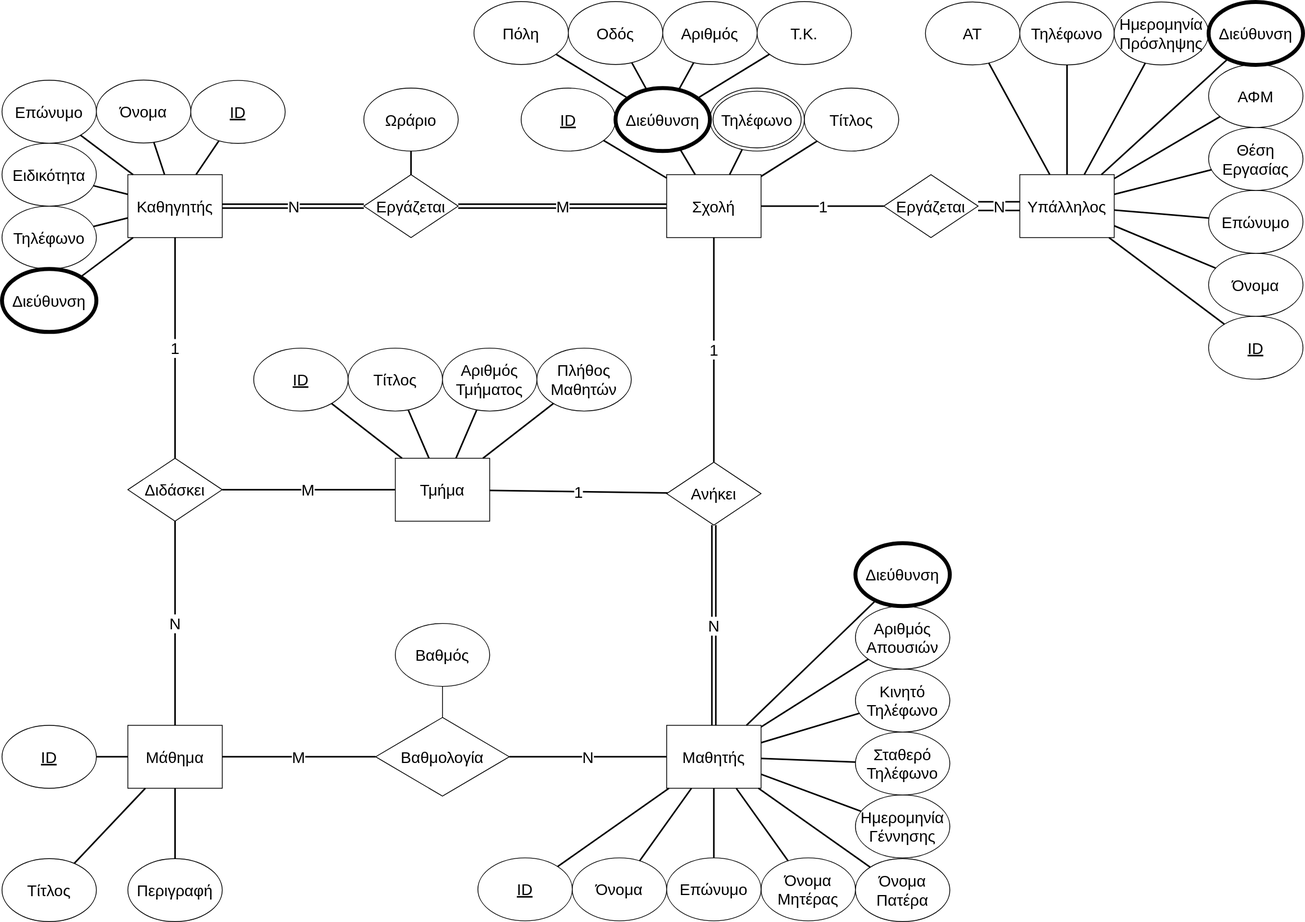
Before: Database Diagram.drawio.svg, a diagram exported from draw.io (kyrtsouv/DB-Project). Source tidied: cells renumbered, new cells last; positions are measured from the earlier drawing's top-left corner, leaving out a move shared by most shapes.
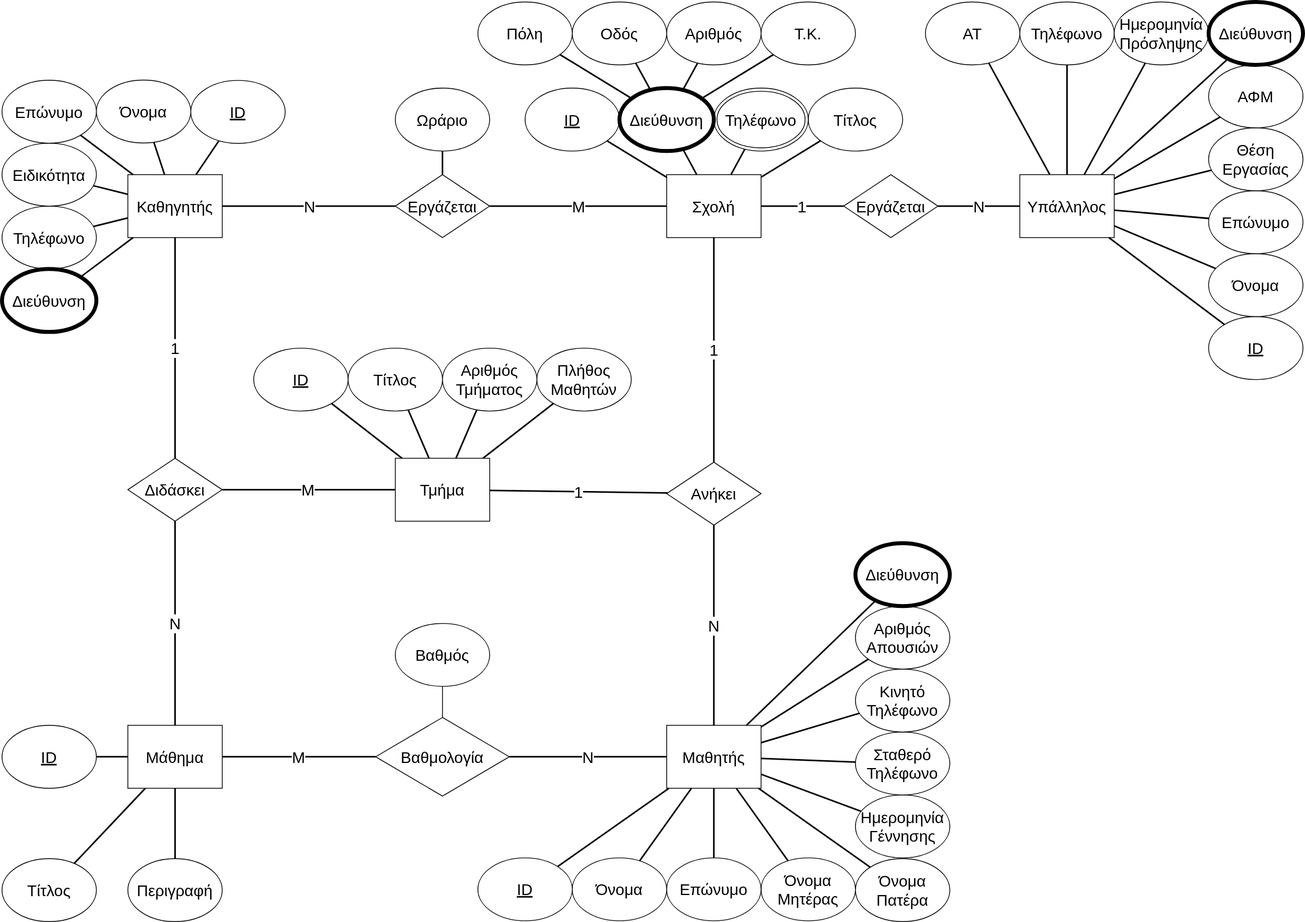
After the commit.

Diff of the diagram source:
```diff
@@ -8,7 +8,7 @@
     <mxCell id="3" value="1" style="edgeStyle=none;shape=connector;rounded=0;jettySize=auto;html=1;labelBackgroundColor=default;strokeColor=default;align=center;verticalAlign=middle;fontFamily=Helvetica;fontSize=20;fontColor=default;endArrow=none;endFill=0;strokeWidth=2;labelBorderColor=none;" parent="1" edge="1" source="5" target="106">
       <mxGeometry relative="1" as="geometry" />
     </mxCell>
-    <mxCell id="4" value="M" style="edgeStyle=none;shape=link;rounded=0;jettySize=auto;html=1;labelBackgroundColor=default;strokeColor=default;align=center;verticalAlign=middle;fontFamily=Helvetica;fontSize=20;fontColor=default;endArrow=none;endFill=0;strokeWidth=2;labelBorderColor=none;" parent="1" edge="1" source="5" target="108">
+    <mxCell id="4" value="M" style="edgeStyle=none;rounded=0;jettySize=auto;html=1;labelBackgroundColor=default;strokeColor=default;align=center;verticalAlign=middle;fontFamily=Helvetica;fontSize=20;fontColor=default;endArrow=none;endFill=0;strokeWidth=2;labelBorderColor=none;" parent="1" edge="1" source="5" target="108">
       <mxGeometry relative="1" as="geometry" />
     </mxCell>
     <mxCell id="5" value="Σχολή" style="rounded=0;whiteSpace=wrap;html=1;fontSize=20;strokeColor=default;labelBorderColor=none;" parent="1" vertex="1">
@@ -18,28 +18,28 @@
       <mxGeometry relative="1" as="geometry" />
     </mxCell>
     <mxCell id="7" value="ID" style="ellipse;whiteSpace=wrap;html=1;fontStyle=4;fontSize=20;strokeColor=default;labelBorderColor=none;" parent="1" vertex="1">
-      <mxGeometry x="660" y="109.5" width="120" height="80" as="geometry" />
+      <mxGeometry x="665" y="109.5" width="120" height="80" as="geometry" />
     </mxCell>
     <mxCell id="8" value="Τίτλος" style="ellipse;whiteSpace=wrap;html=1;fontSize=20;strokeColor=default;labelBorderColor=none;" parent="1" vertex="1">
-      <mxGeometry x="1020" y="109.5" width="120" height="80" as="geometry" />
+      <mxGeometry x="1025" y="109.5" width="120" height="80" as="geometry" />
     </mxCell>
-    <mxCell id="9" value="N" style="edgeStyle=none;shape=link;jettySize=auto;html=1;labelBackgroundColor=default;strokeColor=default;align=center;verticalAlign=middle;fontFamily=Helvetica;fontSize=20;fontColor=default;endArrow=none;endFill=0;jumpStyle=none;rounded=0;strokeWidth=2;width=10;labelBorderColor=none;" parent="1" edge="1" source="106" target="10">
+    <mxCell id="9" value="N" style="edgeStyle=none;jettySize=auto;html=1;labelBackgroundColor=default;strokeColor=default;align=center;verticalAlign=middle;fontFamily=Helvetica;fontSize=20;fontColor=default;endArrow=none;endFill=0;jumpStyle=none;rounded=0;strokeWidth=2;labelBorderColor=none;" parent="1" edge="1" source="106" target="10">
       <mxGeometry relative="1" as="geometry" />
     </mxCell>
     <mxCell id="10" value="Υπάλληλος" style="whiteSpace=wrap;html=1;fontFamily=Helvetica;fontSize=20;fontColor=default;strokeColor=default;labelBorderColor=none;" parent="1" vertex="1">
       <mxGeometry x="1294" y="219.5" width="120" height="80" as="geometry" />
     </mxCell>
     <mxCell id="11" value="ID" style="ellipse;whiteSpace=wrap;html=1;fontFamily=Helvetica;fontSize=20;fontColor=default;flipV=0;flipH=1;direction=east;fontStyle=4;labelPosition=center;verticalLabelPosition=middle;align=center;verticalAlign=middle;strokeColor=default;labelBorderColor=none;" parent="1" vertex="1">
-      <mxGeometry x="1534" y="399.5" width="120" height="80" as="geometry" />
+      <mxGeometry x="1534" y="400" width="120" height="80" as="geometry" />
     </mxCell>
     <mxCell id="12" value="Όνομα" style="ellipse;whiteSpace=wrap;html=1;fontFamily=Helvetica;fontSize=20;fontColor=default;flipV=0;flipH=1;direction=east;labelPosition=center;verticalLabelPosition=middle;align=center;verticalAlign=middle;strokeColor=default;labelBorderColor=none;" parent="1" vertex="1">
-      <mxGeometry x="1534" y="319.5" width="120" height="80" as="geometry" />
+      <mxGeometry x="1534" y="320" width="120" height="80" as="geometry" />
     </mxCell>
     <mxCell id="13" value="Επώνυμο" style="ellipse;whiteSpace=wrap;html=1;fontFamily=Helvetica;fontSize=20;fontColor=default;flipV=0;flipH=1;direction=east;labelPosition=center;verticalLabelPosition=middle;align=center;verticalAlign=middle;strokeColor=default;labelBorderColor=none;" parent="1" vertex="1">
-      <mxGeometry x="1534" y="239.5" width="120" height="80" as="geometry" />
+      <mxGeometry x="1534" y="240" width="120" height="80" as="geometry" />
     </mxCell>
     <mxCell id="14" value="Θέση&lt;br style=&quot;font-size: 20px;&quot;&gt;Εργασίας" style="ellipse;whiteSpace=wrap;html=1;fontFamily=Helvetica;fontSize=20;fontColor=default;flipV=0;flipH=1;direction=east;labelPosition=center;verticalLabelPosition=middle;align=center;verticalAlign=middle;strokeColor=default;labelBorderColor=none;" parent="1" vertex="1">
-      <mxGeometry x="1534" y="159.5" width="120" height="80" as="geometry" />
+      <mxGeometry x="1534" y="160" width="120" height="80" as="geometry" />
     </mxCell>
     <mxCell id="15" value="Τηλέφωνο" style="ellipse;whiteSpace=wrap;html=1;strokeColor=default;align=center;verticalAlign=middle;fontFamily=Helvetica;fontSize=20;fontColor=default;fillColor=default;flipV=0;flipH=1;direction=east;labelPosition=center;verticalLabelPosition=middle;labelBorderColor=none;" parent="1" vertex="1">
       <mxGeometry x="1294" width="120" height="80" as="geometry" />
@@ -47,13 +47,13 @@
     <mxCell id="16" value="Ημερομηνία&lt;br style=&quot;font-size: 20px;&quot;&gt;Πρόσληψης" style="ellipse;whiteSpace=wrap;html=1;strokeColor=default;align=center;verticalAlign=middle;fontFamily=Helvetica;fontSize=20;fontColor=default;fillColor=default;flipV=0;flipH=1;direction=east;labelPosition=center;verticalLabelPosition=middle;labelBorderColor=none;" parent="1" vertex="1">
       <mxGeometry x="1414" width="120" height="80" as="geometry" />
     </mxCell>
-    <mxCell id="17" value="N" style="edgeStyle=none;shape=link;rounded=0;jettySize=auto;html=1;labelBackgroundColor=default;strokeColor=default;align=center;verticalAlign=middle;fontFamily=Helvetica;fontSize=20;fontColor=default;endArrow=none;endFill=0;strokeWidth=2;labelBorderColor=none;" parent="1" edge="1" source="18" target="108">
+    <mxCell id="17" value="N" style="edgeStyle=none;rounded=0;jettySize=auto;html=1;labelBackgroundColor=default;strokeColor=default;align=center;verticalAlign=middle;fontFamily=Helvetica;fontSize=20;fontColor=default;endArrow=none;endFill=0;strokeWidth=2;labelBorderColor=none;" parent="1" edge="1" source="18" target="108">
       <mxGeometry relative="1" as="geometry" />
     </mxCell>
     <mxCell id="18" value="Καθηγητής" style="whiteSpace=wrap;html=1;fontFamily=Helvetica;fontSize=20;fontColor=default;strokeColor=default;labelBorderColor=none;" parent="1" vertex="1">
       <mxGeometry x="160" y="219.5" width="120" height="80" as="geometry" />
     </mxCell>
-    <mxCell id="19" value="N" style="edgeStyle=none;shape=link;rounded=0;jettySize=auto;html=1;labelBackgroundColor=default;strokeColor=default;align=center;verticalAlign=middle;fontFamily=Helvetica;fontSize=20;fontColor=default;endArrow=none;endFill=0;strokeWidth=2;labelBorderColor=none;" parent="1" edge="1" source="20" target="105">
+    <mxCell id="19" value="N" style="edgeStyle=none;rounded=0;jettySize=auto;html=1;labelBackgroundColor=default;strokeColor=default;align=center;verticalAlign=middle;fontFamily=Helvetica;fontSize=20;fontColor=default;endArrow=none;endFill=0;strokeWidth=2;labelBorderColor=none;" parent="1" edge="1" source="20" target="105">
       <mxGeometry relative="1" as="geometry" />
     </mxCell>
     <mxCell id="20" value="Μαθητής" style="whiteSpace=wrap;html=1;strokeColor=default;align=center;verticalAlign=middle;fontFamily=Helvetica;fontSize=20;fontColor=default;fillColor=default;labelBorderColor=none;" parent="1" vertex="1">
@@ -87,7 +87,7 @@
       <mxGeometry x="1085" y="768" width="120" height="80" as="geometry" />
     </mxCell>
     <mxCell id="30" value="ΑΦΜ" style="ellipse;whiteSpace=wrap;html=1;strokeColor=default;align=center;verticalAlign=middle;fontFamily=Helvetica;fontSize=20;fontColor=default;fillColor=default;flipV=0;flipH=1;direction=east;labelPosition=center;verticalLabelPosition=middle;labelBorderColor=none;" parent="1" vertex="1">
-      <mxGeometry x="1534" y="79.5" width="120" height="80" as="geometry" />
+      <mxGeometry x="1534" y="80" width="120" height="80" as="geometry" />
     </mxCell>
     <mxCell id="31" value="ΑΤ" style="ellipse;whiteSpace=wrap;html=1;strokeColor=default;align=center;verticalAlign=middle;fontFamily=Helvetica;fontSize=20;fontColor=default;fillColor=default;flipV=0;flipH=1;direction=east;labelPosition=center;verticalLabelPosition=middle;labelBorderColor=none;" parent="1" vertex="1">
       <mxGeometry x="1174" width="120" height="80" as="geometry" />
@@ -135,7 +135,7 @@
       <mxGeometry relative="1" as="geometry" />
     </mxCell>
     <mxCell id="46" value="Τηλέφωνο" style="ellipse;shape=doubleEllipse;whiteSpace=wrap;html=1;fontSize=20;strokeColor=default;labelBorderColor=none;" parent="1" vertex="1">
-      <mxGeometry x="900" y="109.5" width="120" height="80" as="geometry" />
+      <mxGeometry x="905" y="109.5" width="120" height="80" as="geometry" />
     </mxCell>
     <mxCell id="47" style="edgeStyle=none;jettySize=auto;html=1;rounded=0;labelBackgroundColor=default;strokeColor=default;align=center;verticalAlign=middle;fontFamily=Helvetica;fontSize=20;fontColor=default;endArrow=none;endFill=0;shape=connector;strokeWidth=2;labelBorderColor=none;" parent="1" edge="1" source="11" target="10">
       <mxGeometry relative="1" as="geometry" />
@@ -258,19 +258,19 @@
       <mxGeometry x="1085" y="688" width="120" height="80" as="geometry" />
     </mxCell>
     <mxCell id="87" value="Διεύθυνση" style="ellipse;whiteSpace=wrap;html=1;strokeWidth=5;rotation=0;fontSize=20;strokeColor=default;labelBorderColor=none;" parent="1" vertex="1">
-      <mxGeometry x="780" y="109.5" width="120" height="80" as="geometry" />
+      <mxGeometry x="785" y="109.5" width="120" height="80" as="geometry" />
     </mxCell>
     <mxCell id="88" value="Πόλη" style="ellipse;whiteSpace=wrap;html=1;rotation=0;fontSize=20;strokeColor=default;labelBorderColor=none;" parent="1" vertex="1">
-      <mxGeometry x="600" y="-0.5" width="120" height="80" as="geometry" />
+      <mxGeometry x="605" width="120" height="80" as="geometry" />
     </mxCell>
     <mxCell id="89" value="Οδός" style="ellipse;whiteSpace=wrap;html=1;rotation=0;fontSize=20;strokeColor=default;labelBorderColor=none;" parent="1" vertex="1">
-      <mxGeometry x="720" y="-0.5" width="120" height="80" as="geometry" />
+      <mxGeometry x="725" width="120" height="80" as="geometry" />
     </mxCell>
     <mxCell id="90" value="Αριθμός" style="ellipse;whiteSpace=wrap;html=1;rotation=0;fontSize=20;strokeColor=default;labelBorderColor=none;" parent="1" vertex="1">
-      <mxGeometry x="840" y="-0.5" width="120" height="80" as="geometry" />
+      <mxGeometry x="845" width="120" height="80" as="geometry" />
     </mxCell>
     <mxCell id="91" value="Τ.Κ." style="ellipse;whiteSpace=wrap;html=1;rotation=0;fontSize=20;strokeColor=default;labelBorderColor=none;" parent="1" vertex="1">
-      <mxGeometry x="960" y="-0.5" width="120" height="80" as="geometry" />
+      <mxGeometry x="965" width="120" height="80" as="geometry" />
     </mxCell>
     <mxCell id="92" style="edgeStyle=none;shape=connector;rounded=0;orthogonalLoop=1;jettySize=auto;html=1;exitX=0;exitY=0;exitDx=0;exitDy=0;labelBackgroundColor=default;strokeColor=default;align=center;verticalAlign=middle;fontFamily=Helvetica;fontSize=20;fontColor=default;endArrow=none;endFill=0;labelBorderColor=none;" parent="1" edge="1" source="91" target="91">
       <mxGeometry relative="1" as="geometry" />
@@ -315,16 +315,16 @@
       <mxGeometry x="845" y="585" width="120" height="80" as="geometry" />
     </mxCell>
     <mxCell id="106" value="Εργάζεται" style="rhombus;whiteSpace=wrap;html=1;fontFamily=Helvetica;fontSize=20;fontColor=default;strokeColor=default;labelBorderColor=none;" parent="1" vertex="1">
-      <mxGeometry x="1121" y="219.5" width="120" height="80" as="geometry" />
+      <mxGeometry x="1070" y="219.5" width="120" height="80" as="geometry" />
     </mxCell>
     <mxCell id="107" style="edgeStyle=none;shape=connector;rounded=0;jettySize=auto;html=1;labelBackgroundColor=default;strokeColor=default;align=center;verticalAlign=middle;fontFamily=Helvetica;fontSize=20;fontColor=default;endArrow=none;endFill=0;strokeWidth=2;labelBorderColor=none;" parent="1" edge="1" source="108" target="109">
       <mxGeometry relative="1" as="geometry" />
     </mxCell>
     <mxCell id="108" value="Εργάζεται" style="rhombus;whiteSpace=wrap;html=1;fontFamily=Helvetica;fontSize=20;fontColor=default;strokeColor=default;labelBorderColor=none;" parent="1" vertex="1">
-      <mxGeometry x="460" y="219.5" width="120" height="80" as="geometry" />
+      <mxGeometry x="500" y="219.5" width="120" height="80" as="geometry" />
     </mxCell>
     <mxCell id="109" value="Ωράριο" style="ellipse;whiteSpace=wrap;html=1;fontFamily=Helvetica;fontSize=20;fontColor=default;strokeColor=default;labelBorderColor=none;" parent="1" vertex="1">
-      <mxGeometry x="460" y="109.5" width="120" height="80" as="geometry" />
+      <mxGeometry x="500" y="109.5" width="120" height="80" as="geometry" />
     </mxCell>
   </root>
 </mxGraphModel>
```
